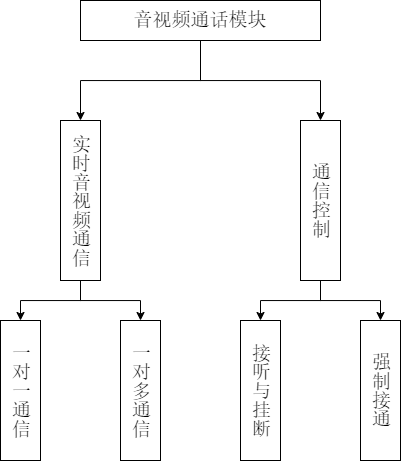
Before: 6.音视频通话模块.drawio.png, a diagram exported from draw.io (w1791105996/About-CSS3). Source tidied: cells renumbered, new cells last; positions are measured from the earlier drawing's top-left corner, leaving out a move shared by most shapes.
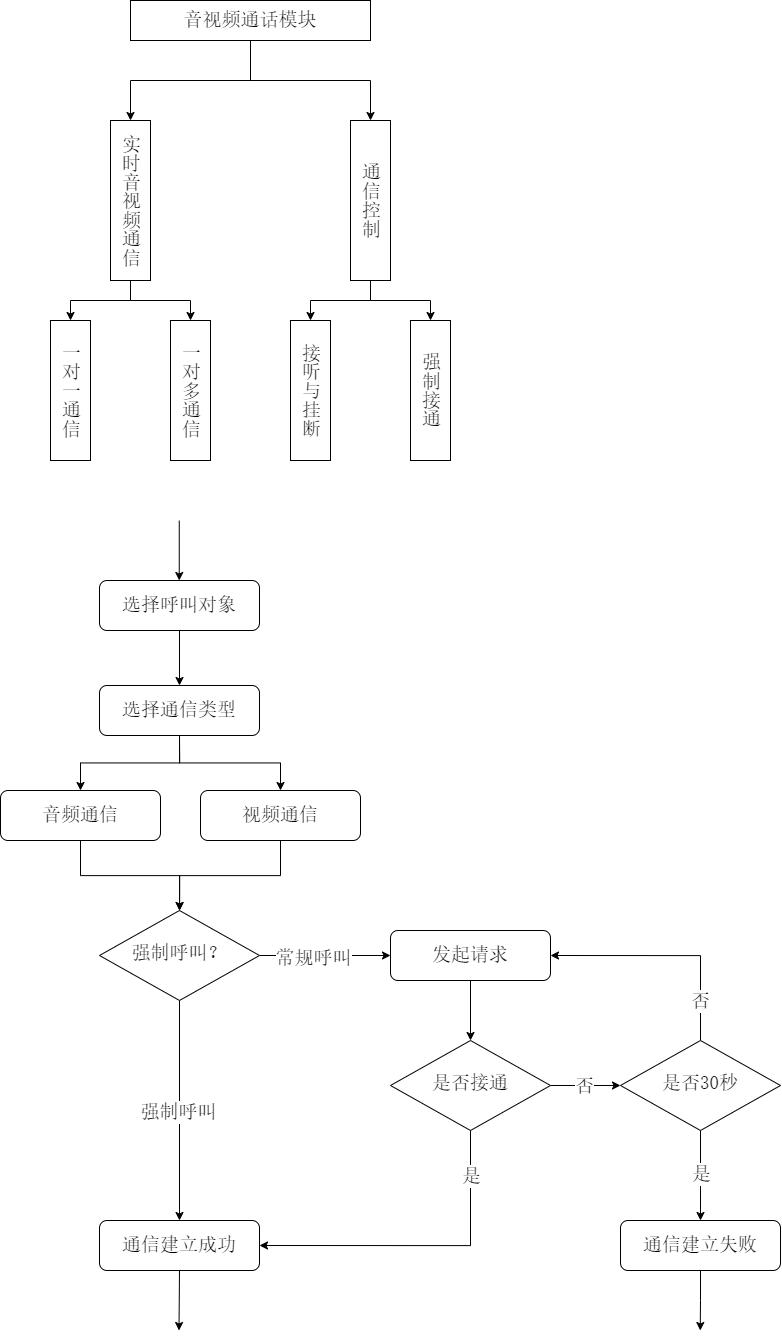
After the commit.

Commit message:
更新6.音视频通话模块.drawio.png

Diff of the diagram source:
```diff
@@ -41,5 +41,111 @@
     <mxCell id="14" value="强制接通" style="rounded=0;whiteSpace=wrap;html=1;textDirection=vertical-lr;horizontal=1;fontFamily=宋体;spacingTop=0;fontSize=19;" parent="1" vertex="1">
       <mxGeometry x="360" y="320" width="40" height="140" as="geometry" />
     </mxCell>
+    <mxCell id="15" style="edgeStyle=orthogonalEdgeStyle;rounded=0;jettySize=auto;html=1;exitX=0.5;exitY=1;exitDx=0;exitDy=0;entryX=0.5;entryY=0;entryDx=0;entryDy=0;" parent="1" edge="1" source="16" target="19">
+      <mxGeometry relative="1" as="geometry" />
+    </mxCell>
+    <mxCell id="16" value="选择呼叫对象" style="rounded=1;whiteSpace=wrap;html=1;fontSize=19;glass=0;strokeWidth=1;shadow=0;labelBackgroundColor=none;fontFamily=宋体;" parent="1" vertex="1">
+      <mxGeometry x="49" y="580" width="160" height="50" as="geometry" />
+    </mxCell>
+    <mxCell id="17" style="edgeStyle=orthogonalEdgeStyle;rounded=0;jettySize=auto;html=1;exitX=0.5;exitY=1;exitDx=0;exitDy=0;entryX=0.5;entryY=0;entryDx=0;entryDy=0;" parent="1" edge="1" source="19" target="22">
+      <mxGeometry relative="1" as="geometry" />
+    </mxCell>
+    <mxCell id="18" style="edgeStyle=orthogonalEdgeStyle;rounded=0;jettySize=auto;html=1;exitX=0.5;exitY=1;exitDx=0;exitDy=0;entryX=0.5;entryY=0;entryDx=0;entryDy=0;" parent="1" edge="1" source="19" target="24">
+      <mxGeometry relative="1" as="geometry" />
+    </mxCell>
+    <mxCell id="19" value="选择通信类型" style="rounded=1;whiteSpace=wrap;html=1;fontSize=19;glass=0;strokeWidth=1;shadow=0;labelBackgroundColor=none;fontFamily=宋体;" parent="1" vertex="1">
+      <mxGeometry x="49" y="685" width="160" height="50" as="geometry" />
+    </mxCell>
+    <mxCell id="20" style="edgeStyle=orthogonalEdgeStyle;rounded=0;orthogonalLoop=1;jettySize=auto;html=1;" parent="1" edge="1">
+      <mxGeometry relative="1" as="geometry">
+        <mxPoint x="128.8" y="520" as="sourcePoint" />
+        <mxPoint x="128.8" y="580" as="targetPoint" />
+      </mxGeometry>
+    </mxCell>
+    <mxCell id="21" style="edgeStyle=orthogonalEdgeStyle;rounded=0;jettySize=auto;html=1;exitX=0.5;exitY=1;exitDx=0;exitDy=0;" parent="1" edge="1" source="22" target="31">
+      <mxGeometry relative="1" as="geometry" />
+    </mxCell>
+    <mxCell id="22" value="音频通信" style="rounded=1;whiteSpace=wrap;html=1;fontSize=19;glass=0;strokeWidth=1;shadow=0;labelBackgroundColor=none;fontFamily=宋体;" parent="1" vertex="1">
+      <mxGeometry x="-50" y="790" width="160" height="50" as="geometry" />
+    </mxCell>
+    <mxCell id="23" style="edgeStyle=orthogonalEdgeStyle;rounded=0;jettySize=auto;html=1;exitX=0.5;exitY=1;exitDx=0;exitDy=0;entryX=0.5;entryY=0;entryDx=0;entryDy=0;" parent="1" edge="1" source="24" target="31">
+      <mxGeometry relative="1" as="geometry" />
+    </mxCell>
+    <mxCell id="24" value="视频通信" style="rounded=1;whiteSpace=wrap;html=1;fontSize=19;glass=0;strokeWidth=1;shadow=0;labelBackgroundColor=none;fontFamily=宋体;" parent="1" vertex="1">
+      <mxGeometry x="150" y="790" width="160" height="50" as="geometry" />
+    </mxCell>
+    <mxCell id="25" style="edgeStyle=orthogonalEdgeStyle;rounded=0;jettySize=auto;html=1;exitX=0.5;exitY=1;exitDx=0;exitDy=0;" parent="1" edge="1" source="26">
+      <mxGeometry relative="1" as="geometry">
+        <mxPoint x="128.5" y="1330" as="targetPoint" />
+      </mxGeometry>
+    </mxCell>
+    <mxCell id="26" value="通信建立成功" style="rounded=1;whiteSpace=wrap;html=1;fontSize=19;glass=0;strokeWidth=1;shadow=0;labelBackgroundColor=none;fontFamily=宋体;" parent="1" vertex="1">
+      <mxGeometry x="49" y="1220" width="160" height="50" as="geometry" />
+    </mxCell>
+    <mxCell id="27" style="edgeStyle=orthogonalEdgeStyle;rounded=0;jettySize=auto;html=1;exitX=1;exitY=0.5;exitDx=0;exitDy=0;entryX=0;entryY=0.5;entryDx=0;entryDy=0;" parent="1" edge="1" source="31" target="33">
+      <mxGeometry relative="1" as="geometry" />
+    </mxCell>
+    <mxCell id="28" value="&lt;font face=&quot;宋体&quot; style=&quot;font-size: 19px;&quot;&gt;常规呼叫&lt;/font&gt;" style="edgeLabel;html=1;align=center;verticalAlign=middle;" parent="27" vertex="1">
+      <mxGeometry x="-0.2" y="-2" relative="1" as="geometry" />
+    </mxCell>
+    <mxCell id="29" style="edgeStyle=orthogonalEdgeStyle;rounded=0;jettySize=auto;html=1;exitX=0.5;exitY=1;exitDx=0;exitDy=0;entryX=0.5;entryY=0;entryDx=0;entryDy=0;" parent="1" edge="1" source="31" target="26">
+      <mxGeometry relative="1" as="geometry" />
+    </mxCell>
+    <mxCell id="30" value="&lt;font style=&quot;font-size: 19px;&quot; face=&quot;宋体&quot;&gt;强制呼叫&lt;/font&gt;" style="edgeLabel;html=1;align=center;verticalAlign=middle;" parent="29" vertex="1">
+      <mxGeometry y="-2" relative="1" as="geometry" />
+    </mxCell>
+    <mxCell id="31" value="强制呼叫？" style="rhombus;whiteSpace=wrap;html=1;shadow=0;fontFamily=宋体;fontSize=19;align=center;strokeWidth=1;spacing=6;spacingTop=-4;labelBackgroundColor=none;" parent="1" vertex="1">
+      <mxGeometry x="49" y="910" width="160" height="90" as="geometry" />
+    </mxCell>
+    <mxCell id="32" style="edgeStyle=orthogonalEdgeStyle;rounded=0;jettySize=auto;html=1;exitX=0.5;exitY=1;exitDx=0;exitDy=0;entryX=0.5;entryY=0;entryDx=0;entryDy=0;" parent="1" edge="1" source="33" target="38">
+      <mxGeometry relative="1" as="geometry" />
+    </mxCell>
+    <mxCell id="33" value="发起请求" style="rounded=1;whiteSpace=wrap;html=1;fontSize=19;glass=0;strokeWidth=1;shadow=0;labelBackgroundColor=none;fontFamily=宋体;" parent="1" vertex="1">
+      <mxGeometry x="340" y="930" width="160" height="50" as="geometry" />
+    </mxCell>
+    <mxCell id="34" style="edgeStyle=orthogonalEdgeStyle;rounded=0;jettySize=auto;html=1;exitX=0.5;exitY=1;exitDx=0;exitDy=0;entryX=1;entryY=0.5;entryDx=0;entryDy=0;" parent="1" edge="1" source="38" target="26">
+      <mxGeometry relative="1" as="geometry" />
+    </mxCell>
+    <mxCell id="35" value="&lt;font face=&quot;宋体&quot; style=&quot;font-size: 19px;&quot;&gt;是&lt;/font&gt;" style="edgeLabel;html=1;align=center;verticalAlign=middle;" parent="34" vertex="1">
+      <mxGeometry x="-0.8" relative="1" as="geometry">
+        <mxPoint y="12" as="offset" />
+      </mxGeometry>
+    </mxCell>
+    <mxCell id="36" style="edgeStyle=orthogonalEdgeStyle;rounded=0;jettySize=auto;html=1;exitX=1;exitY=0.5;exitDx=0;exitDy=0;entryX=0;entryY=0.5;entryDx=0;entryDy=0;" parent="1" edge="1" source="38" target="43">
+      <mxGeometry relative="1" as="geometry" />
+    </mxCell>
+    <mxCell id="37" value="&lt;font face=&quot;宋体&quot; style=&quot;font-size: 19px;&quot;&gt;否&lt;/font&gt;" style="edgeLabel;html=1;align=center;verticalAlign=middle;" parent="36" vertex="1">
+      <mxGeometry x="-0.04" y="4" relative="1" as="geometry">
+        <mxPoint y="4" as="offset" />
+      </mxGeometry>
+    </mxCell>
+    <mxCell id="38" value="是否接通" style="rhombus;whiteSpace=wrap;html=1;shadow=0;fontFamily=宋体;fontSize=19;align=center;strokeWidth=1;spacing=6;spacingTop=-4;labelBackgroundColor=none;" parent="1" vertex="1">
+      <mxGeometry x="340" y="1040" width="160" height="90" as="geometry" />
+    </mxCell>
+    <mxCell id="39" style="edgeStyle=orthogonalEdgeStyle;rounded=0;jettySize=auto;html=1;exitX=0.5;exitY=1;exitDx=0;exitDy=0;entryX=0.5;entryY=0;entryDx=0;entryDy=0;" parent="1" edge="1" source="43" target="45">
+      <mxGeometry relative="1" as="geometry" />
+    </mxCell>
+    <mxCell id="40" value="&lt;font face=&quot;宋体&quot; style=&quot;font-size: 19px;&quot;&gt;是&lt;/font&gt;" style="edgeLabel;html=1;align=center;verticalAlign=middle;" parent="39" vertex="1">
+      <mxGeometry x="-0.23" y="2" relative="1" as="geometry">
+        <mxPoint x="-2" y="7" as="offset" />
+      </mxGeometry>
+    </mxCell>
+    <mxCell id="41" style="edgeStyle=orthogonalEdgeStyle;rounded=0;jettySize=auto;html=1;exitX=0.5;exitY=0;exitDx=0;exitDy=0;entryX=1;entryY=0.5;entryDx=0;entryDy=0;" parent="1" edge="1" source="43" target="33">
+      <mxGeometry relative="1" as="geometry" />
+    </mxCell>
+    <mxCell id="42" value="&lt;font face=&quot;宋体&quot; style=&quot;font-size: 19px;&quot;&gt;否&lt;/font&gt;" style="edgeLabel;html=1;align=center;verticalAlign=middle;" parent="41" vertex="1">
+      <mxGeometry x="-0.65" y="1" relative="1" as="geometry" />
+    </mxCell>
+    <mxCell id="43" value="是否30秒" style="rhombus;whiteSpace=wrap;html=1;shadow=0;fontFamily=宋体;fontSize=19;align=center;strokeWidth=1;spacing=6;spacingTop=-4;labelBackgroundColor=none;" parent="1" vertex="1">
+      <mxGeometry x="570" y="1040" width="160" height="90" as="geometry" />
+    </mxCell>
+    <mxCell id="44" style="edgeStyle=orthogonalEdgeStyle;rounded=0;jettySize=auto;html=1;exitX=0.5;exitY=1;exitDx=0;exitDy=0;" parent="1" edge="1" source="45">
+      <mxGeometry relative="1" as="geometry">
+        <mxPoint x="649.8" y="1330" as="targetPoint" />
+      </mxGeometry>
+    </mxCell>
+    <mxCell id="45" value="通信建立失败" style="rounded=1;whiteSpace=wrap;html=1;fontSize=19;glass=0;strokeWidth=1;shadow=0;labelBackgroundColor=none;fontFamily=宋体;" parent="1" vertex="1">
+      <mxGeometry x="570" y="1220" width="160" height="50" as="geometry" />
+    </mxCell>
   </root>
 </mxGraphModel>
```
